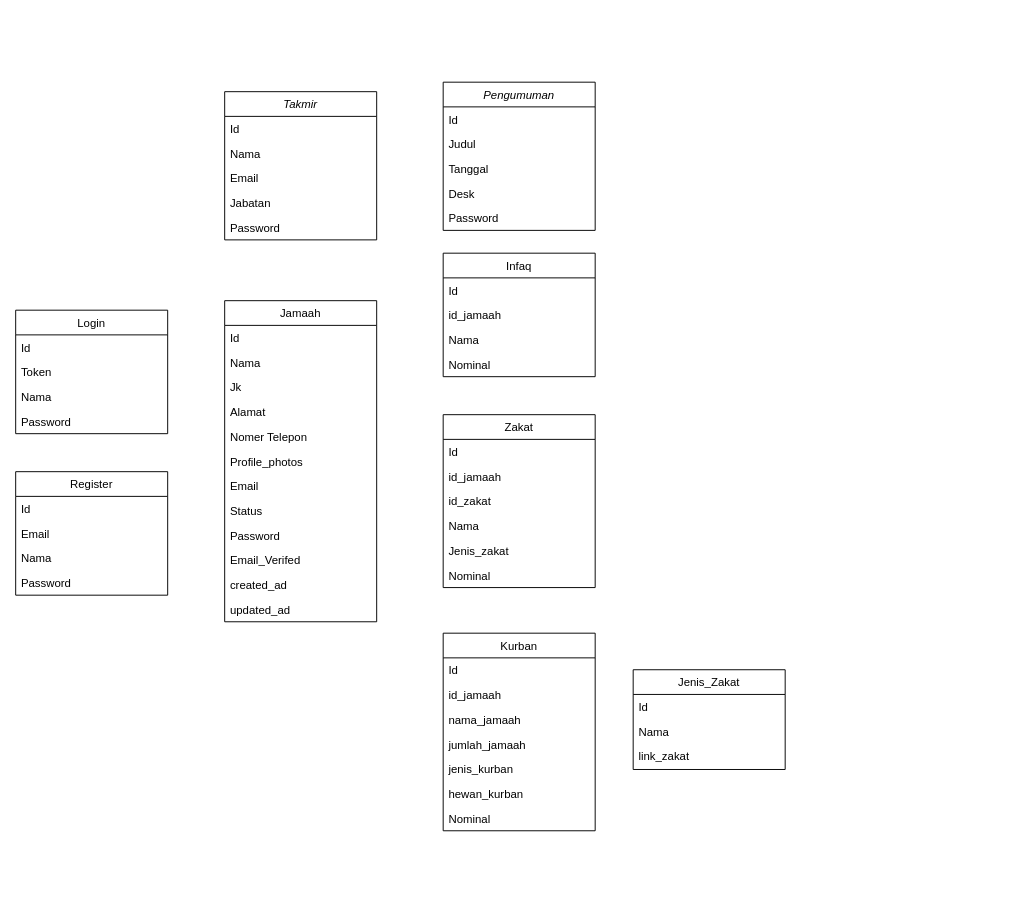
yudhawahyup27/Data keeps this draw.io diagram as diagramMasjid.drawio. Above is the earlier version. Source tidied: cells renumbered, new cells numbered last; positions are measured from the earlier drawing's top-left corner, leaving out a move shared by most shapes. Both pictures are drawn from the tidied source at 95%, with x=0, y=0 at pixel (15, 82).
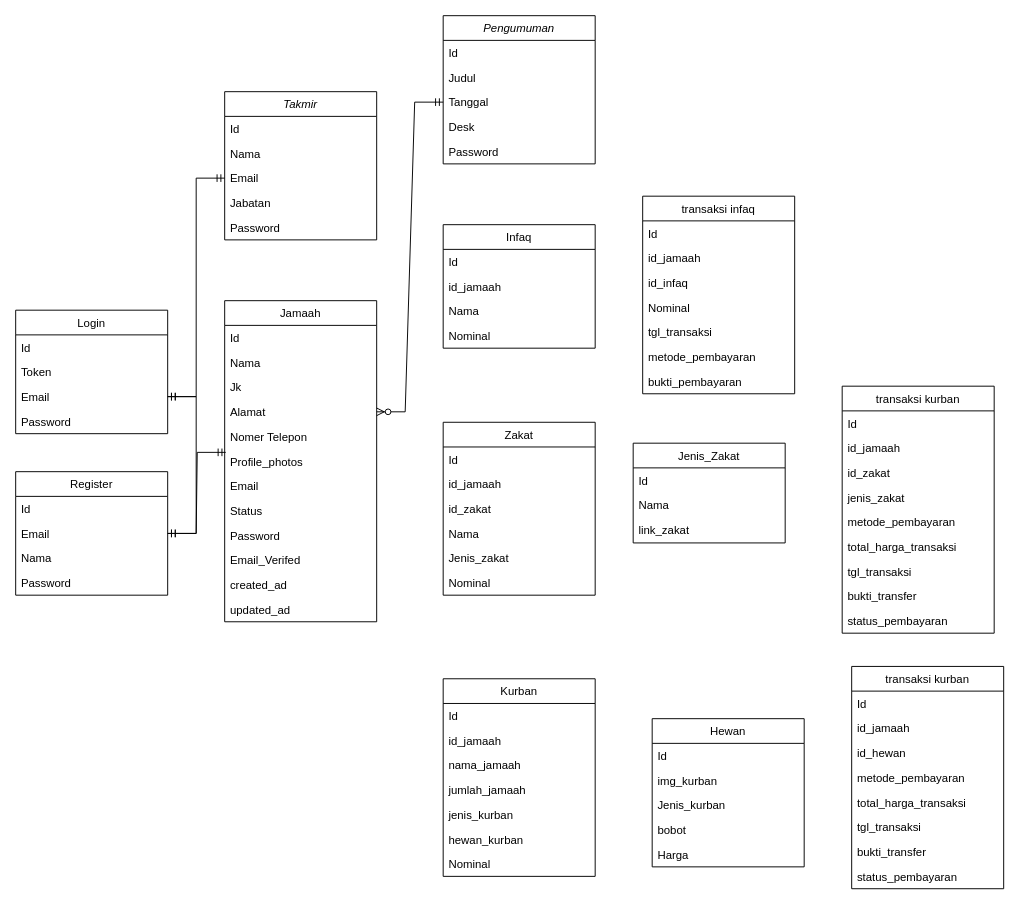
The same diagram, later.

Unchanged cells that the change refers to:
```xml
<mxCell id="5" value="Email" style="text;align=left;verticalAlign=top;spacingLeft=4;spacingRight=4;overflow=hidden;points=[[0,0.5],[1,0.5]];portConstraint=eastwest;rounded=0;shadow=0;html=0;" parent="2" vertex="1">
  <mxGeometry y="78" width="160" height="26" as="geometry" />
</mxCell>
<mxCell id="12" value="Alamat" style="text;align=left;verticalAlign=top;spacingLeft=4;spacingRight=4;overflow=hidden;points=[[0,0.5],[1,0.5]];portConstraint=eastwest;" parent="8" vertex="1">
  <mxGeometry y="104" width="160" height="26" as="geometry" />
</mxCell>
<mxCell id="14" value="Profile_photos" style="text;align=left;verticalAlign=top;spacingLeft=4;spacingRight=4;overflow=hidden;points=[[0,0.5],[1,0.5]];portConstraint=eastwest;" parent="8" vertex="1">
  <mxGeometry y="156" width="160" height="26" as="geometry" />
</mxCell>
<mxCell id="33" value="Login" style="swimlane;fontStyle=0;align=center;verticalAlign=top;horizontal=1;startSize=26;rounded=0;shadow=0;strokeWidth=1;" parent="1" vertex="1">
  <mxGeometry y="240" width="160" height="130" as="geometry" />
</mxCell>
<mxCell id="40" value="Email" style="text;align=left;verticalAlign=top;spacingLeft=4;spacingRight=4;overflow=hidden;points=[[0,0.5],[1,0.5]];portConstraint=eastwest;" parent="38" vertex="1">
  <mxGeometry y="52" width="160" height="26" as="geometry" />
</mxCell>
<mxCell id="58" value="Tanggal&#10;" style="text;align=left;verticalAlign=top;spacingLeft=4;spacingRight=4;overflow=hidden;points=[[0,0.5],[1,0.5]];portConstraint=eastwest;rounded=0;shadow=0;html=0;" parent="55" vertex="1">
  <mxGeometry y="78" width="160" height="26" as="geometry" />
</mxCell>
```

The edit, as a diff of the source:
```diff
@@
     <mxCell id="21" value="Infaq" style="swimlane;fontStyle=0;align=center;verticalAlign=top;horizontal=1;startSize=26;rounded=0;shadow=0;strokeWidth=1;" parent="1" vertex="1">
-      <mxGeometry x="450" y="180" width="160" height="130" as="geometry" />
+      <mxGeometry x="450" y="150" width="160" height="130" as="geometry" />
     </mxCell>
@@
     <mxCell id="26" value="Zakat" style="swimlane;fontStyle=0;align=center;verticalAlign=top;horizontal=1;startSize=26;rounded=0;shadow=0;strokeWidth=1;" parent="1" vertex="1">
-      <mxGeometry x="450" y="350" width="160" height="182" as="geometry" />
+      <mxGeometry x="450" y="358" width="160" height="182" as="geometry" />
     </mxCell>
@@
-    <mxCell id="36" value="Nama" style="text;align=left;verticalAlign=top;spacingLeft=4;spacingRight=4;overflow=hidden;points=[[0,0.5],[1,0.5]];portConstraint=eastwest;" parent="33" vertex="1">
+    <mxCell id="36" value="Email" style="text;align=left;verticalAlign=top;spacingLeft=4;spacingRight=4;overflow=hidden;points=[[0,0.5],[1,0.5]];portConstraint=eastwest;" parent="33" vertex="1">
       <mxGeometry y="78" width="160" height="26" as="geometry" />
     </mxCell>
@@
     <mxCell id="43" value="Jenis_Zakat" style="swimlane;fontStyle=0;align=center;verticalAlign=top;horizontal=1;startSize=26;rounded=0;shadow=0;strokeWidth=1;" parent="1" vertex="1">
-      <mxGeometry x="650" y="618.5" width="160" height="105" as="geometry" />
+      <mxGeometry x="650" y="380" width="160" height="105" as="geometry" />
     </mxCell>
@@
     <mxCell id="47" value="Kurban&#10;" style="swimlane;fontStyle=0;align=center;verticalAlign=top;horizontal=1;startSize=26;rounded=0;shadow=0;strokeWidth=1;" parent="1" vertex="1">
-      <mxGeometry x="450" y="580" width="160" height="208" as="geometry" />
+      <mxGeometry x="450" y="628" width="160" height="208" as="geometry" />
     </mxCell>
@@
     <mxCell id="55" value="Pengumuman" style="swimlane;fontStyle=2;align=center;verticalAlign=top;horizontal=1;startSize=26;rounded=0;shadow=0;strokeWidth=1;" parent="1" vertex="1">
-      <mxGeometry x="450" width="160" height="156" as="geometry" />
+      <mxGeometry x="450" y="-70" width="160" height="156" as="geometry" />
     </mxCell>
@@
+    <mxCell id="61" value="Hewan" style="swimlane;fontStyle=0;align=center;verticalAlign=top;horizontal=1;startSize=26;rounded=0;shadow=0;strokeWidth=1;" parent="1" vertex="1">
+      <mxGeometry x="670" y="670" width="160" height="156" as="geometry" />
+    </mxCell>
+    <mxCell id="62" value="Id" style="text;align=left;verticalAlign=top;spacingLeft=4;spacingRight=4;overflow=hidden;" parent="61" vertex="1">
+      <mxGeometry y="26" width="160" height="26" as="geometry" />
+    </mxCell>
+    <mxCell id="63" value="img_kurban" style="text;align=left;verticalAlign=top;spacingLeft=4;spacingRight=4;overflow=hidden;" parent="61" vertex="1">
+      <mxGeometry y="52" width="160" height="26" as="geometry" />
+    </mxCell>
+    <mxCell id="64" value="Jenis_kurban" style="text;align=left;verticalAlign=top;spacingLeft=4;spacingRight=4;overflow=hidden;" parent="61" vertex="1">
+      <mxGeometry y="78" width="160" height="26" as="geometry" />
+    </mxCell>
+    <mxCell id="65" value="bobot" style="text;align=left;verticalAlign=top;spacingLeft=4;spacingRight=4;overflow=hidden;" parent="61" vertex="1">
+      <mxGeometry y="104" width="160" height="26" as="geometry" />
+    </mxCell>
+    <mxCell id="66" value="Harga" style="text;align=left;verticalAlign=top;spacingLeft=4;spacingRight=4;overflow=hidden;" parent="61" vertex="1">
+      <mxGeometry y="130" width="160" height="26" as="geometry" />
+    </mxCell>
+    <mxCell id="67" value="transaksi kurban" style="swimlane;fontStyle=0;align=center;verticalAlign=top;horizontal=1;startSize=26;rounded=0;shadow=0;strokeWidth=1;" parent="1" vertex="1">
+      <mxGeometry x="880" y="615" width="160" height="234" as="geometry" />
+    </mxCell>
+    <mxCell id="68" value="Id" style="text;align=left;verticalAlign=top;spacingLeft=4;spacingRight=4;overflow=hidden;" parent="67" vertex="1">
+      <mxGeometry y="26" width="160" height="26" as="geometry" />
+    </mxCell>
+    <mxCell id="69" value="id_jamaah" style="text;align=left;verticalAlign=top;spacingLeft=4;spacingRight=4;overflow=hidden;" parent="67" vertex="1">
+      <mxGeometry y="52" width="160" height="26" as="geometry" />
+    </mxCell>
+    <mxCell id="70" value="id_hewan" style="text;align=left;verticalAlign=top;spacingLeft=4;spacingRight=4;overflow=hidden;" parent="67" vertex="1">
+      <mxGeometry y="78" width="160" height="26" as="geometry" />
+    </mxCell>
+    <mxCell id="71" value="metode_pembayaran" style="text;align=left;verticalAlign=top;spacingLeft=4;spacingRight=4;overflow=hidden;" parent="67" vertex="1">
+      <mxGeometry y="104" width="160" height="26" as="geometry" />
+    </mxCell>
+    <mxCell id="72" value="total_harga_transaksi" style="text;align=left;verticalAlign=top;spacingLeft=4;spacingRight=4;overflow=hidden;" parent="67" vertex="1">
+      <mxGeometry y="130" width="160" height="26" as="geometry" />
+    </mxCell>
+    <mxCell id="73" value="tgl_transaksi&#10;" style="text;align=left;verticalAlign=top;spacingLeft=4;spacingRight=4;overflow=hidden;" parent="67" vertex="1">
+      <mxGeometry y="156" width="160" height="26" as="geometry" />
+    </mxCell>
+    <mxCell id="74" value="bukti_transfer&#10;" style="text;align=left;verticalAlign=top;spacingLeft=4;spacingRight=4;overflow=hidden;" parent="67" vertex="1">
+      <mxGeometry y="182" width="160" height="26" as="geometry" />
+    </mxCell>
+    <mxCell id="75" value="status_pembayaran&#10;" style="text;align=left;verticalAlign=top;spacingLeft=4;spacingRight=4;overflow=hidden;" parent="67" vertex="1">
+      <mxGeometry y="208" width="160" height="26" as="geometry" />
+    </mxCell>
+    <mxCell id="76" value="transaksi kurban" style="swimlane;fontStyle=0;align=center;verticalAlign=top;horizontal=1;startSize=26;rounded=0;shadow=0;strokeWidth=1;" parent="1" vertex="1">
+      <mxGeometry x="870" y="320" width="160" height="260" as="geometry" />
+    </mxCell>
+    <mxCell id="77" value="Id" style="text;align=left;verticalAlign=top;spacingLeft=4;spacingRight=4;overflow=hidden;" parent="76" vertex="1">
+      <mxGeometry y="26" width="160" height="26" as="geometry" />
+    </mxCell>
+    <mxCell id="78" value="id_jamaah" style="text;align=left;verticalAlign=top;spacingLeft=4;spacingRight=4;overflow=hidden;" parent="76" vertex="1">
+      <mxGeometry y="52" width="160" height="26" as="geometry" />
+    </mxCell>
+    <mxCell id="79" value="id_zakat" style="text;align=left;verticalAlign=top;spacingLeft=4;spacingRight=4;overflow=hidden;" parent="76" vertex="1">
+      <mxGeometry y="78" width="160" height="26" as="geometry" />
+    </mxCell>
+    <mxCell id="80" value="jenis_zakat" style="text;align=left;verticalAlign=top;spacingLeft=4;spacingRight=4;overflow=hidden;" parent="76" vertex="1">
+      <mxGeometry y="104" width="160" height="26" as="geometry" />
+    </mxCell>
+    <mxCell id="81" value="metode_pembayaran" style="text;align=left;verticalAlign=top;spacingLeft=4;spacingRight=4;overflow=hidden;" parent="76" vertex="1">
+      <mxGeometry y="130" width="160" height="26" as="geometry" />
+    </mxCell>
+    <mxCell id="82" value="total_harga_transaksi" style="text;align=left;verticalAlign=top;spacingLeft=4;spacingRight=4;overflow=hidden;" parent="76" vertex="1">
+      <mxGeometry y="156" width="160" height="26" as="geometry" />
+    </mxCell>
+    <mxCell id="83" value="tgl_transaksi&#10;" style="text;align=left;verticalAlign=top;spacingLeft=4;spacingRight=4;overflow=hidden;" parent="76" vertex="1">
+      <mxGeometry y="182" width="160" height="26" as="geometry" />
+    </mxCell>
+    <mxCell id="84" value="bukti_transfer&#10;" style="text;align=left;verticalAlign=top;spacingLeft=4;spacingRight=4;overflow=hidden;" parent="76" vertex="1">
+      <mxGeometry y="208" width="160" height="26" as="geometry" />
+    </mxCell>
+    <mxCell id="85" value="status_pembayaran&#10;" style="text;align=left;verticalAlign=top;spacingLeft=4;spacingRight=4;overflow=hidden;" parent="76" vertex="1">
+      <mxGeometry y="234" width="160" height="26" as="geometry" />
+    </mxCell>
+    <mxCell id="86" style="edgeStyle=entityRelationEdgeStyle;fontSize=12;html=1;endArrow=ERmandOne;startArrow=ERmandOne;rounded=0;exitX=1;exitY=0.5;exitDx=0;exitDy=0;entryX=0.007;entryY=0.141;entryDx=0;entryDy=0;entryPerimeter=0;" parent="1" edge="1" source="40" target="14">
+      <mxGeometry relative="1" as="geometry" />
+    </mxCell>
+    <mxCell id="87" style="edgeStyle=entityRelationEdgeStyle;fontSize=12;html=1;endArrow=ERmandOne;startArrow=ERmandOne;rounded=0;exitX=1;exitY=0.5;exitDx=0;exitDy=0;entryX=1;entryY=0.5;entryDx=0;entryDy=0;" parent="1" edge="1" source="36" target="40">
+      <mxGeometry relative="1" as="geometry" />
+    </mxCell>
+    <mxCell id="88" style="edgeStyle=entityRelationEdgeStyle;fontSize=12;html=1;endArrow=ERmandOne;startArrow=ERmandOne;rounded=0;entryX=1;entryY=0.5;entryDx=0;entryDy=0;" parent="1" edge="1" source="5" target="36">
+      <mxGeometry relative="1" as="geometry">
+        <Array as="points">
+          <mxPoint x="110" y="100" />
+          <mxPoint x="230" y="100" />
+        </Array>
+      </mxGeometry>
+    </mxCell>
+    <mxCell id="89" style="edgeStyle=entityRelationEdgeStyle;fontSize=12;html=1;endArrow=ERzeroToMany;startArrow=ERmandOne;rounded=0;entryX=1;entryY=0.5;entryDx=0;entryDy=0;exitX=0;exitY=0.5;exitDx=0;exitDy=0;" parent="1" edge="1" source="58" target="12">
+      <mxGeometry relative="1" as="geometry" />
+    </mxCell>
+    <mxCell id="90" value="transaksi infaq" style="swimlane;fontStyle=0;align=center;verticalAlign=top;horizontal=1;startSize=26;rounded=0;shadow=0;strokeWidth=1;" parent="1" vertex="1">
+      <mxGeometry x="660" y="120" width="160" height="208" as="geometry" />
+    </mxCell>
+    <mxCell id="91" value="Id" style="text;align=left;verticalAlign=top;spacingLeft=4;spacingRight=4;overflow=hidden;" parent="90" vertex="1">
+      <mxGeometry y="26" width="160" height="26" as="geometry" />
+    </mxCell>
+    <mxCell id="92" value="id_jamaah" style="text;align=left;verticalAlign=top;spacingLeft=4;spacingRight=4;overflow=hidden;" parent="90" vertex="1">
+      <mxGeometry y="52" width="160" height="26" as="geometry" />
+    </mxCell>
+    <mxCell id="93" value="id_infaq" style="text;align=left;verticalAlign=top;spacingLeft=4;spacingRight=4;overflow=hidden;" parent="90" vertex="1">
+      <mxGeometry y="78" width="160" height="26" as="geometry" />
+    </mxCell>
+    <mxCell id="94" value="Nominal" style="text;align=left;verticalAlign=top;spacingLeft=4;spacingRight=4;overflow=hidden;" parent="90" vertex="1">
+      <mxGeometry y="104" width="160" height="26" as="geometry" />
+    </mxCell>
+    <mxCell id="95" value="tgl_transaksi" style="text;align=left;verticalAlign=top;spacingLeft=4;spacingRight=4;overflow=hidden;" parent="90" vertex="1">
+      <mxGeometry y="130" width="160" height="26" as="geometry" />
+    </mxCell>
+    <mxCell id="96" value="metode_pembayaran" style="text;align=left;verticalAlign=top;spacingLeft=4;spacingRight=4;overflow=hidden;" parent="90" vertex="1">
+      <mxGeometry y="156" width="160" height="26" as="geometry" />
+    </mxCell>
+    <mxCell id="97" value="bukti_pembayaran" style="text;align=left;verticalAlign=top;spacingLeft=4;spacingRight=4;overflow=hidden;" parent="90" vertex="1">
+      <mxGeometry y="182" width="160" height="26" as="geometry" />
+    </mxCell>
```
